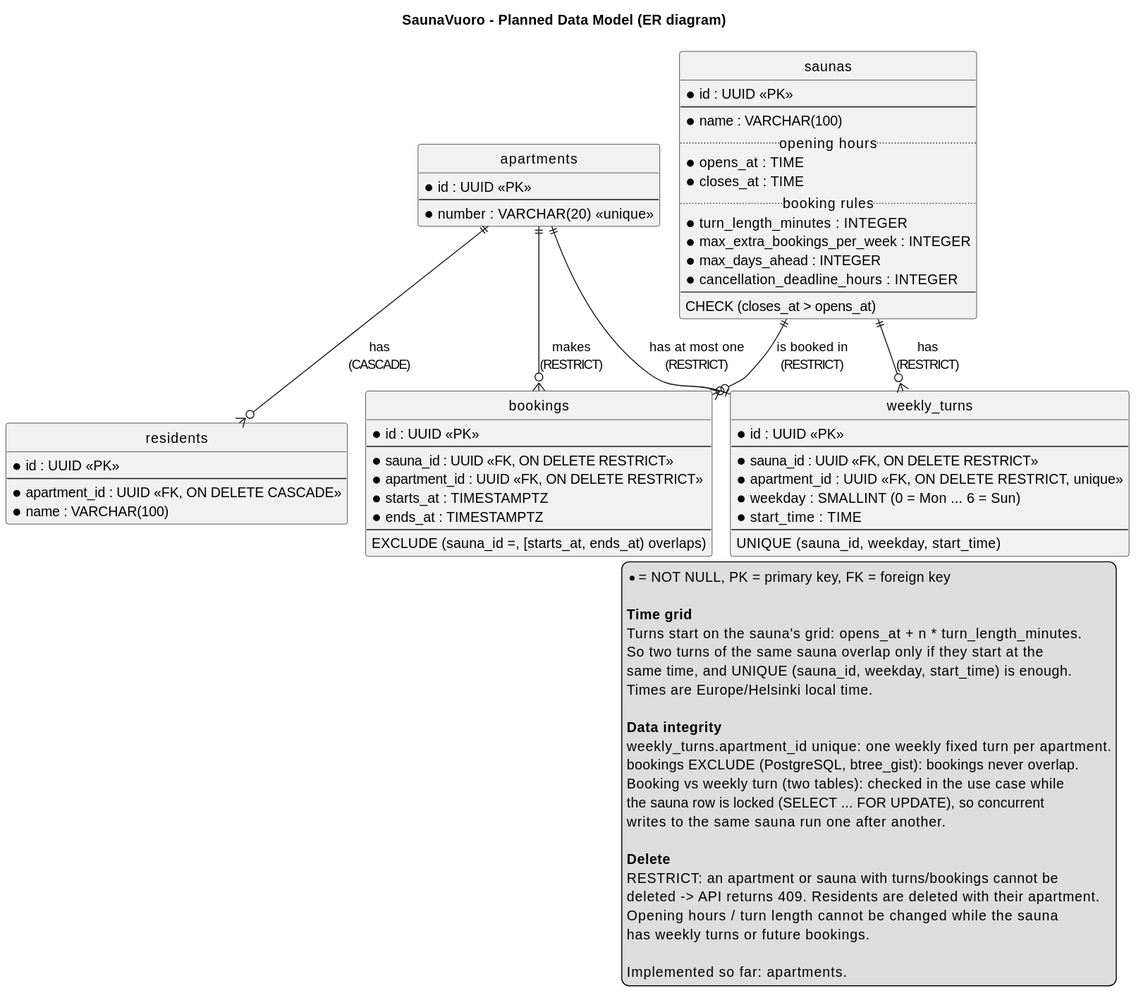
Above: docs/diagrams/er-data-model.svg in fpauly/saunavuoro (PlantUML), before the change.
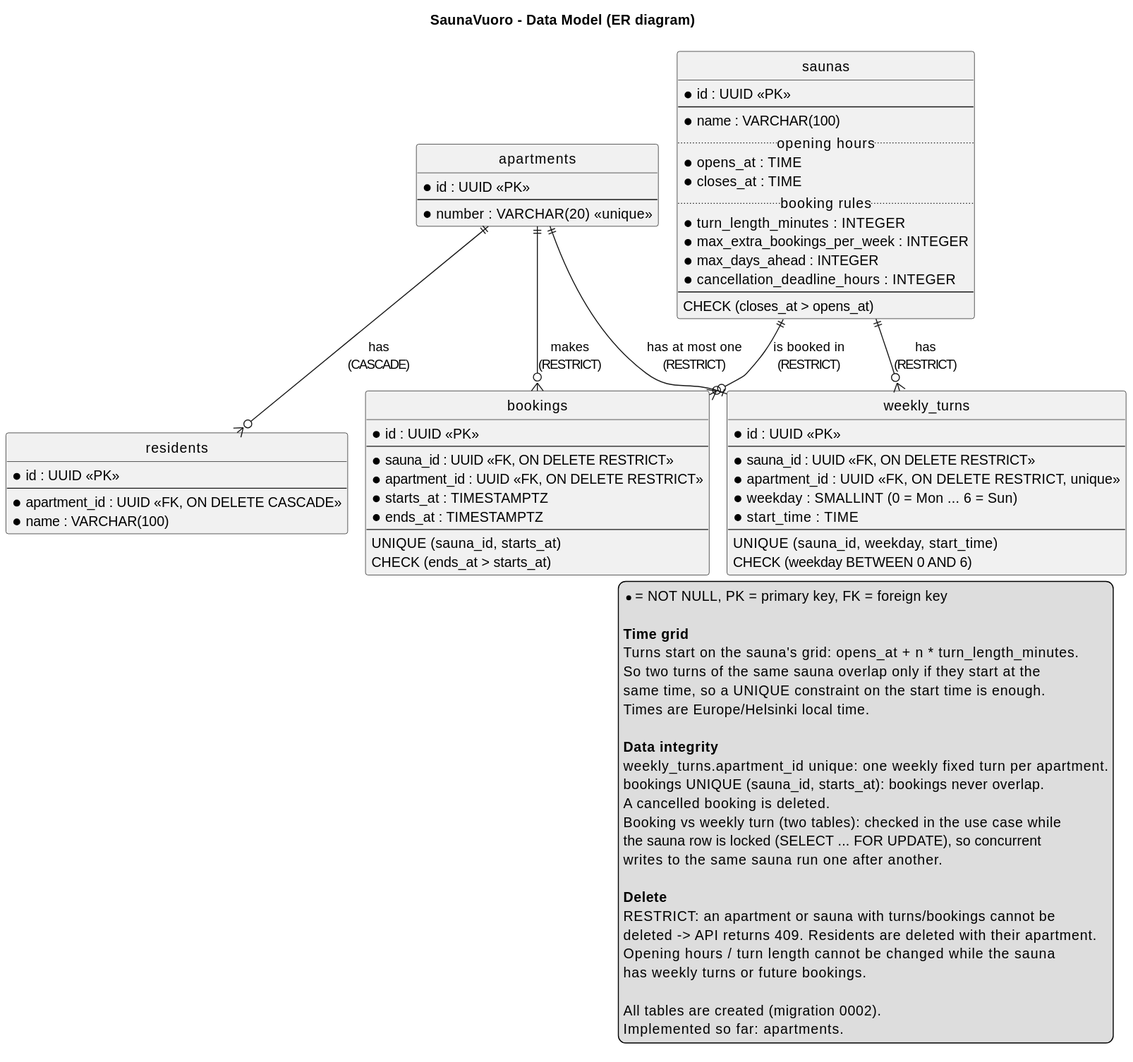
After the change.

Commit message:
docs: update ER diagram and design for the final data model

The edit, as a diff of the source:
```diff
@@ -1,7 +1,7 @@
 @startuml
 !pragma layout smetana
 
-title SaunaVuoro - Planned Data Model (ER diagram)
+title SaunaVuoro - Data Model (ER diagram)
 
 skinparam shadowing false
 skinparam linetype ortho
@@ -45,6 +45,7 @@
   * start_time : TIME
   --
   UNIQUE (sauna_id, weekday, start_time)
+  CHECK (weekday BETWEEN 0 AND 6)
 }
 
 entity "bookings" as bookings {
@@ -55,7 +56,8 @@
   * starts_at : TIMESTAMPTZ
   * ends_at : TIMESTAMPTZ
   --
-  EXCLUDE (sauna_id =, [starts_at, ends_at) overlaps)
+  UNIQUE (sauna_id, starts_at)
+  CHECK (ends_at > starts_at)
 }
 
 apartments ||--o{ residents : "has\n(CASCADE)"
@@ -70,12 +72,13 @@
   **Time grid**
   Turns start on the sauna's grid: opens_at + n * turn_length_minutes.
   So two turns of the same sauna overlap only if they start at the
-  same time, and UNIQUE (sauna_id, weekday, start_time) is enough.
+  same time, so a UNIQUE constraint on the start time is enough.
   Times are Europe/Helsinki local time.
 
   **Data integrity**
   weekly_turns.apartment_id unique: one weekly fixed turn per apartment.
-  bookings EXCLUDE (PostgreSQL, btree_gist): bookings never overlap.
+  bookings UNIQUE (sauna_id, starts_at): bookings never overlap.
+  A cancelled booking is deleted.
   Booking vs weekly turn (two tables): checked in the use case while
   the sauna row is locked (SELECT ... FOR UPDATE), so concurrent
   writes to the same sauna run one after another.
@@ -86,6 +89,7 @@
   Opening hours / turn length cannot be changed while the sauna
   has weekly turns or future bookings.
 
+  All tables are created (migration 0002).
   Implemented so far: apartments.
 endlegend
 @enduml
```
